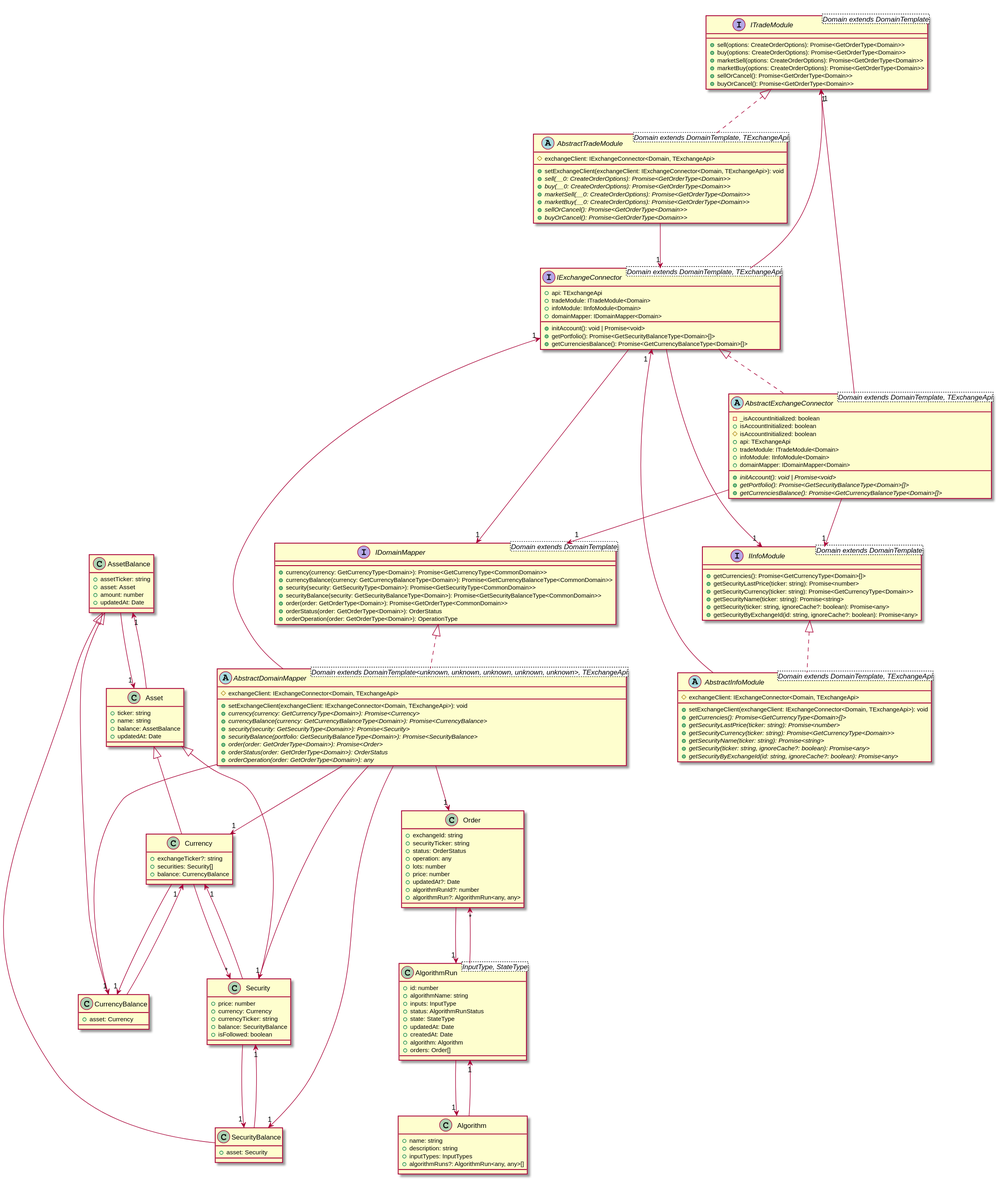
The PlantUML diagram .docs/public/diagrams/domain.svg in d0rich/tradeb0t, before a commit.
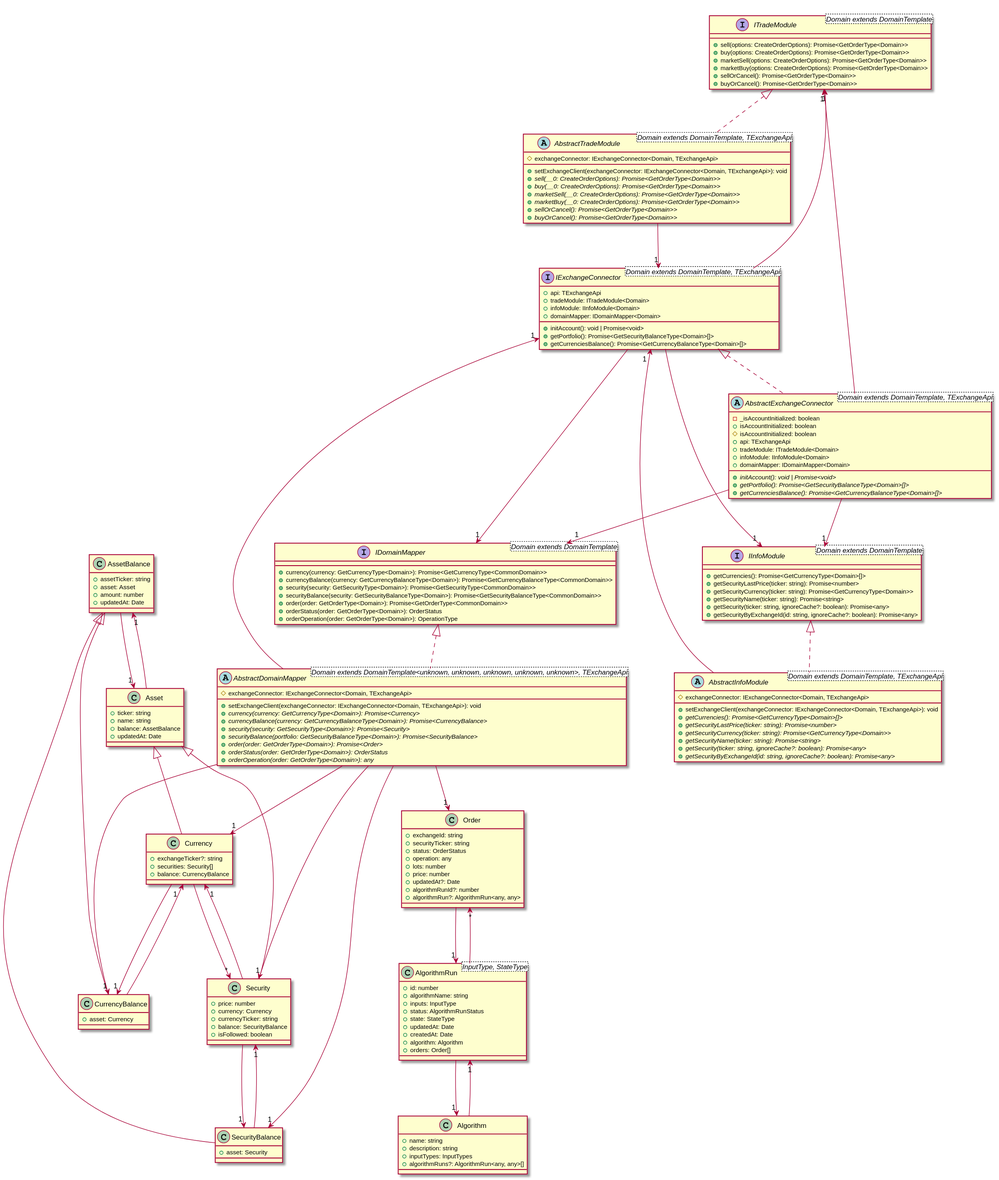
After the change.

Change to the diagram source:
```diff
@@ -25,8 +25,8 @@
     +getCurrenciesBalance(): Promise<GetCurrencyBalanceType<Domain>[]>
 }
 abstract class AbstractTradeModule<Domain extends DomainTemplate, TExchangeApi> implements ITradeModule {
-    #exchangeClient: IExchangeConnector<Domain, TExchangeApi>
-    +setExchangeClient(exchangeClient: IExchangeConnector<Domain, TExchangeApi>): void
+    #exchangeConnector: IExchangeConnector<Domain, TExchangeApi>
+    +setExchangeClient(exchangeConnector: IExchangeConnector<Domain, TExchangeApi>): void
     +{abstract} sell(__0: CreateOrderOptions): Promise<GetOrderType<Domain>>
     +{abstract} buy(__0: CreateOrderOptions): Promise<GetOrderType<Domain>>
     +{abstract} marketSell(__0: CreateOrderOptions): Promise<GetOrderType<Domain>>
@@ -35,8 +35,8 @@
     +{abstract} buyOrCancel(): Promise<GetOrderType<Domain>>
 }
 abstract class AbstractInfoModule<Domain extends DomainTemplate, TExchangeApi> implements IInfoModule {
-    #exchangeClient: IExchangeConnector<Domain, TExchangeApi>
-    +setExchangeClient(exchangeClient: IExchangeConnector<Domain, TExchangeApi>): void
+    #exchangeConnector: IExchangeConnector<Domain, TExchangeApi>
+    +setExchangeClient(exchangeConnector: IExchangeConnector<Domain, TExchangeApi>): void
     +{abstract} getCurrencies(): Promise<GetCurrencyType<Domain>[]>
     +{abstract} getSecurityLastPrice(ticker: string): Promise<number>
     +{abstract} getSecurityCurrency(ticker: string): Promise<GetCurrencyType<Domain>>
@@ -115,8 +115,8 @@
     +balance: CurrencyBalance
 }
 abstract class AbstractDomainMapper<Domain extends DomainTemplate<unknown, unknown, unknown, unknown, unknown>, TExchangeApi> implements IDomainMapper {
-    #exchangeClient: IExchangeConnector<Domain, TExchangeApi>
-    +setExchangeClient(exchangeClient: IExchangeConnector<Domain, TExchangeApi>): void
+    #exchangeConnector: IExchangeConnector<Domain, TExchangeApi>
+    +setExchangeClient(exchangeConnector: IExchangeConnector<Domain, TExchangeApi>): void
     +{abstract} currency(currency: GetCurrencyType<Domain>): Promise<Currency>
     +{abstract} currencyBalance(currency: GetCurrencyBalanceType<Domain>): Promise<CurrencyBalance>
     +{abstract} security(security: GetSecurityType<Domain>): Promise<Security>
```
